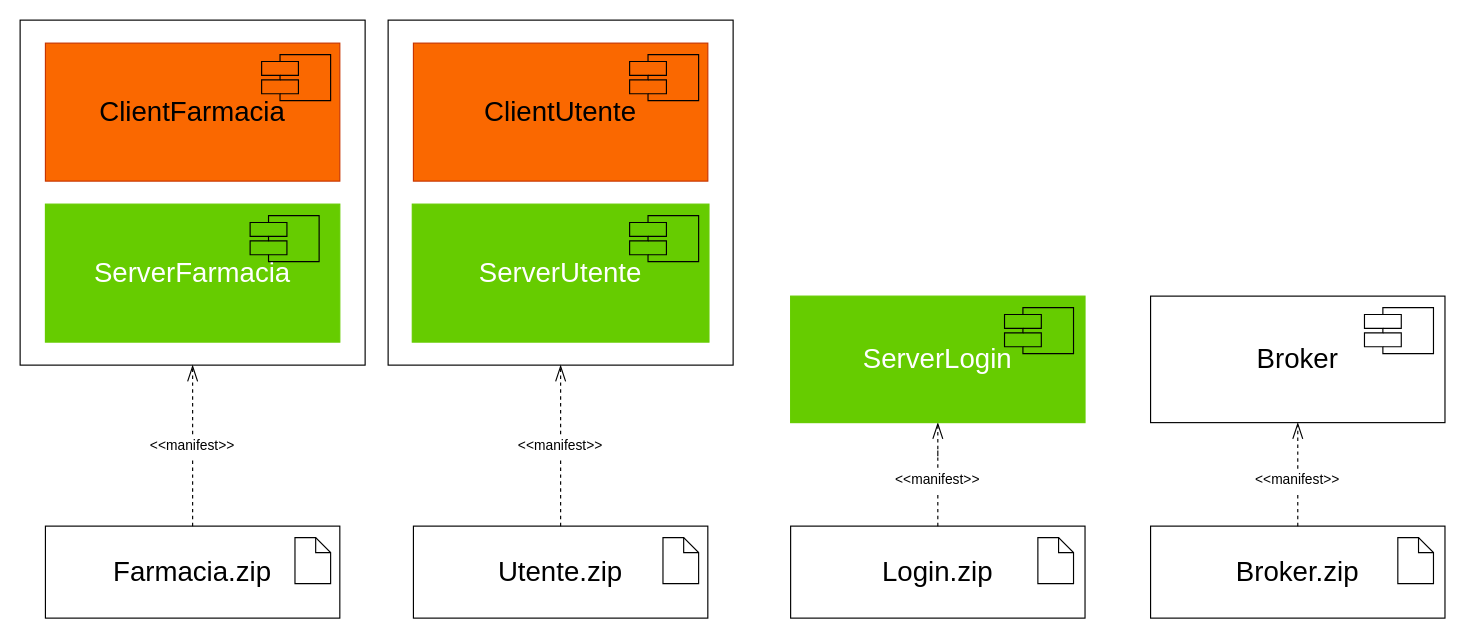
lnwor/farmabyte-doc keeps this draw.io diagram as page "Artefatti" (1 of 2) of drawio/Progettazione/Deployment.drawio. Above is the earlier version. Source tidied: cells renumbered, new cells numbered last; positions are measured from the earlier drawing's top-left corner, leaving out a move shared by most shapes. Both pictures are drawn from the tidied source at 115%, with x=0, y=0 at pixel (20, 20).
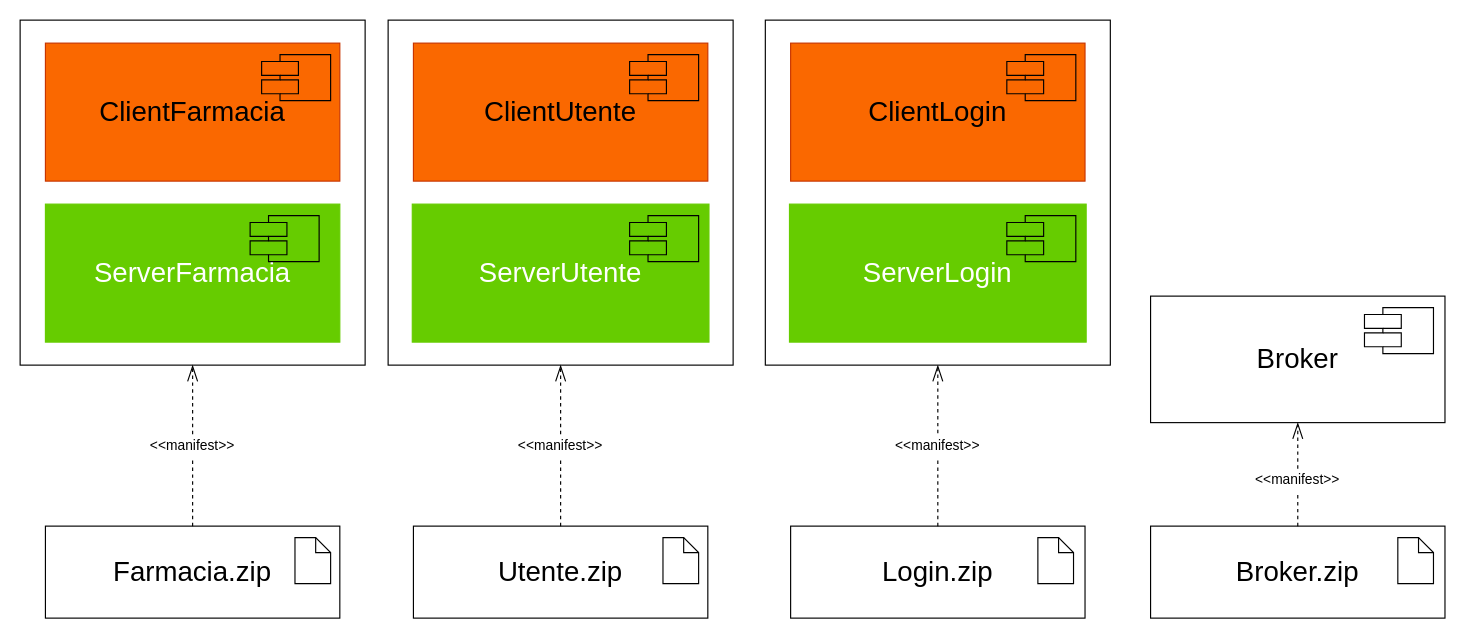
The same diagram, later.

Diff of the diagram source:
```diff
@@
-    <mxCell id="9" style="edgeStyle=orthogonalEdgeStyle;rounded=0;jumpStyle=arc;jumpSize=12;jettySize=auto;html=1;endArrow=none;endFill=0;endSize=12;startSize=12;startArrow=openThin;startFill=0;dashed=1;" parent="1" edge="1" source="10" target="12">
+    <mxCell id="9" style="edgeStyle=orthogonalEdgeStyle;rounded=0;jumpStyle=arc;jumpSize=12;jettySize=auto;html=1;endArrow=none;endFill=0;endSize=12;startSize=12;startArrow=openThin;startFill=0;dashed=1;exitX=0.5;exitY=1;exitDx=0;exitDy=0;" parent="1" edge="1" source="36" target="12">
       <mxGeometry relative="1" as="geometry" />
     </mxCell>
-    <mxCell id="10" value="&lt;font style=&quot;font-size: 24px&quot;&gt;ServerLogin&lt;/font&gt;" style="rounded=0;whiteSpace=wrap;html=1;fontColor=#ffffff;strokeColor=#66CC00;fillColor=#66CC00;" parent="1" vertex="1">
-      <mxGeometry x="670" y="240" width="256" height="110" as="geometry" />
-    </mxCell>
@@
     <mxCell id="12" value="&amp;lt;&amp;lt;manifest&amp;gt;&amp;gt;" style="text;html=1;strokeColor=none;fillColor=none;align=center;verticalAlign=middle;whiteSpace=wrap;rounded=0;" parent="1" vertex="1">
-      <mxGeometry x="778" y="390" width="40" height="20" as="geometry" />
+      <mxGeometry x="778" y="360" width="40" height="20" as="geometry" />
     </mxCell>
@@
+    <mxCell id="36" style="rounded=0;whiteSpace=wrap;html=1;" parent="1" vertex="1">
+      <mxGeometry x="648" width="300" height="300" as="geometry" />
+    </mxCell>
+    <mxCell id="10" value="&lt;font style=&quot;font-size: 24px&quot;&gt;ServerLogin&lt;/font&gt;" style="rounded=0;whiteSpace=wrap;html=1;fontColor=#ffffff;strokeColor=#66CC00;fillColor=#66CC00;" parent="1" vertex="1">
+      <mxGeometry x="669" y="160" width="258" height="120" as="geometry" />
+    </mxCell>
+    <mxCell id="37" value="&lt;font style=&quot;font-size: 24px&quot;&gt;ClientLogin&lt;/font&gt;" style="rounded=0;whiteSpace=wrap;html=1;fontColor=#000000;strokeColor=#C73500;fillColor=#fa6800;" parent="1" vertex="1">
+      <mxGeometry x="670" y="20" width="256" height="120" as="geometry" />
+    </mxCell>
+    <mxCell id="38" style="shape=component;align=left;spacingLeft=36;rounded=0;shadow=0;comic=0;labelBackgroundColor=none;strokeWidth=1;fontFamily=Verdana;fontSize=12;html=1;fillColor=#66CC00;" parent="1" vertex="1">
+      <mxGeometry x="858" y="170" width="60" height="40" as="geometry" />
+    </mxCell>
+    <mxCell id="39" style="shape=component;align=left;spacingLeft=36;rounded=0;shadow=0;comic=0;labelBackgroundColor=none;strokeWidth=1;fontFamily=Verdana;fontSize=12;html=1;fillColor=#fa6800;fontColor=#000000;" parent="1" vertex="1">
+      <mxGeometry x="858" y="30" width="60" height="40" as="geometry" />
+    </mxCell>
```
